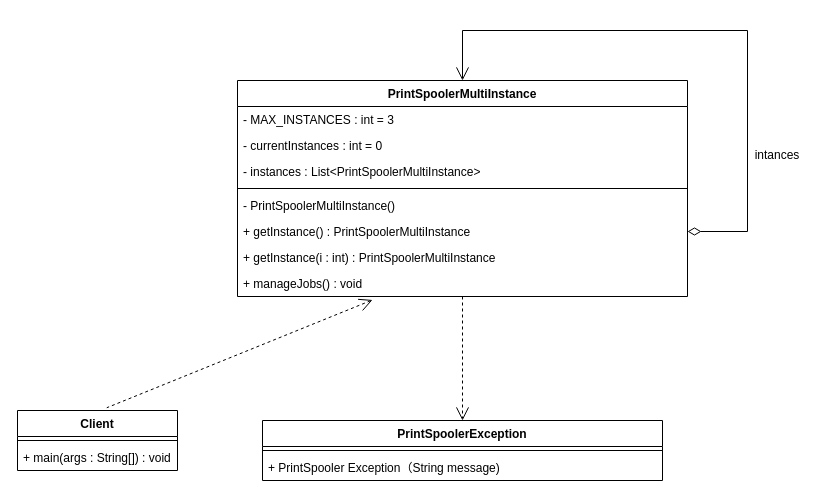
Above: 懒汉打印机.drawio in MyBozai/Java (draw.io), before the change. Source tidied: cells renumbered, new cells numbered last; positions are measured from the earlier drawing's top-left corner, leaving out a move shared by most shapes. Both pictures are drawn from the tidied source at 100%, with x=0, y=0 at pixel (17, 30).
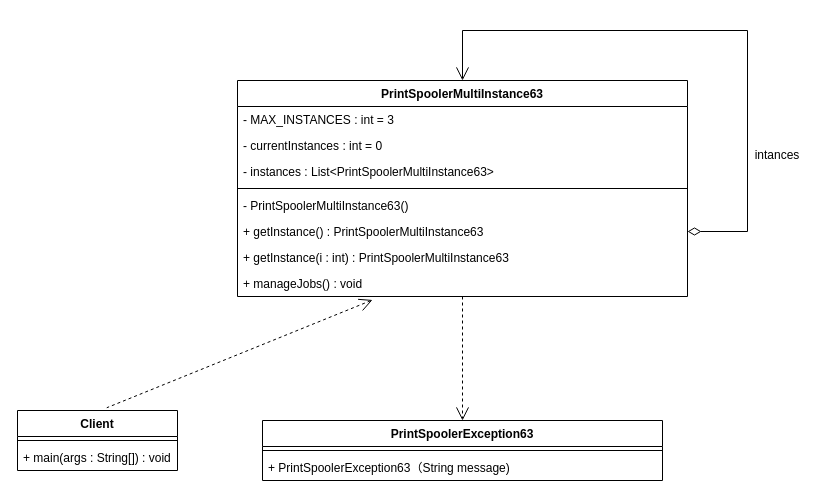
The same diagram, later.

Commit message (it also covers changes not shown here):
更新懒汉打印机.drawio

Diff of the diagram source:
```diff
@@
-    <mxCell id="3" value="PrintSpoolerMultiInstance" style="swimlane;fontStyle=1;align=center;verticalAlign=top;horizontal=1;startSize=26;whiteSpace=wrap;html=1;" parent="1" vertex="1">
+    <mxCell id="3" value="PrintSpoolerMultiInstance63" style="swimlane;fontStyle=1;align=center;verticalAlign=top;horizontal=1;startSize=26;whiteSpace=wrap;html=1;" parent="1" vertex="1">
       <mxGeometry x="220" y="50" width="450" height="216" as="geometry" />
     </mxCell>
@@
-    <mxCell id="6" value="&lt;font style=&quot;font-size: 12px;&quot;&gt;- instances :&amp;nbsp;List&lt;span style=&quot;background-color: rgb(255, 255, 255);&quot;&gt;&amp;lt;&lt;/span&gt;&lt;span style=&quot;background-color: rgb(255, 255, 255);&quot;&gt;PrintSpoolerMultiInstance&lt;/span&gt;&lt;span style=&quot;background-color: rgb(255, 255, 255);&quot;&gt;&amp;gt;&lt;/span&gt;&lt;/font&gt;" style="text;strokeColor=none;fillColor=none;align=left;verticalAlign=top;spacingLeft=4;spacingRight=4;overflow=hidden;whiteSpace=wrap;html=1;" parent="3" vertex="1">
+    <mxCell id="6" value="&lt;font style=&quot;font-size: 12px;&quot;&gt;- instances :&amp;nbsp;List&lt;span style=&quot;background-color: rgb(255, 255, 255);&quot;&gt;&amp;lt;&lt;/span&gt;&lt;span style=&quot;background-color: rgb(255, 255, 255);&quot;&gt;PrintSpoolerMultiInstance63&lt;/span&gt;&lt;span style=&quot;background-color: rgb(255, 255, 255);&quot;&gt;&amp;gt;&lt;/span&gt;&lt;/font&gt;" style="text;strokeColor=none;fillColor=none;align=left;verticalAlign=top;spacingLeft=4;spacingRight=4;overflow=hidden;whiteSpace=wrap;html=1;" parent="3" vertex="1">
       <mxGeometry y="78" width="450" height="26" as="geometry" />
     </mxCell>
@@
-    <mxCell id="8" value="-&amp;nbsp;PrintSpoolerMultiInstance()" style="text;strokeColor=none;fillColor=none;align=left;verticalAlign=top;spacingLeft=4;spacingRight=4;overflow=hidden;whiteSpace=wrap;html=1;" parent="3" vertex="1">
+    <mxCell id="8" value="-&amp;nbsp;PrintSpoolerMultiInstance63()" style="text;strokeColor=none;fillColor=none;align=left;verticalAlign=top;spacingLeft=4;spacingRight=4;overflow=hidden;whiteSpace=wrap;html=1;" parent="3" vertex="1">
       <mxGeometry y="112" width="450" height="26" as="geometry" />
     </mxCell>
-    <mxCell id="9" value="+ getInstance() :&amp;nbsp;PrintSpoolerMultiInstance" style="text;strokeColor=none;fillColor=none;align=left;verticalAlign=top;spacingLeft=4;spacingRight=4;overflow=hidden;points=[[0,0.5],[1,0.5]];portConstraint=eastwest;whiteSpace=wrap;html=1;" parent="3" vertex="1">
+    <mxCell id="9" value="+ getInstance() :&amp;nbsp;PrintSpoolerMultiInstance63" style="text;strokeColor=none;fillColor=none;align=left;verticalAlign=top;spacingLeft=4;spacingRight=4;overflow=hidden;points=[[0,0.5],[1,0.5]];portConstraint=eastwest;whiteSpace=wrap;html=1;" parent="3" vertex="1">
       <mxGeometry y="138" width="450" height="26" as="geometry" />
     </mxCell>
-    <mxCell id="10" value="+ getInstance(i : int) :&amp;nbsp;PrintSpoolerMultiInstance" style="text;strokeColor=none;fillColor=none;align=left;verticalAlign=top;spacingLeft=4;spacingRight=4;overflow=hidden;whiteSpace=wrap;html=1;" parent="3" vertex="1">
+    <mxCell id="10" value="+ getInstance(i : int) :&amp;nbsp;PrintSpoolerMultiInstance63" style="text;strokeColor=none;fillColor=none;align=left;verticalAlign=top;spacingLeft=4;spacingRight=4;overflow=hidden;whiteSpace=wrap;html=1;" parent="3" vertex="1">
       <mxGeometry y="164" width="450" height="26" as="geometry" />
     </mxCell>
@@
-    <mxCell id="16" value="PrintSpoolerException" style="swimlane;fontStyle=1;align=center;verticalAlign=top;horizontal=1;startSize=26;whiteSpace=wrap;html=1;" parent="1" vertex="1">
+    <mxCell id="16" value="PrintSpoolerException63" style="swimlane;fontStyle=1;align=center;verticalAlign=top;horizontal=1;startSize=26;whiteSpace=wrap;html=1;" parent="1" vertex="1">
       <mxGeometry x="245" y="390" width="400" height="60" as="geometry" />
     </mxCell>
@@
-    <mxCell id="18" value="+ PrintSpooler Exception（String message)" style="text;strokeColor=none;fillColor=none;align=left;verticalAlign=top;spacingLeft=4;spacingRight=4;overflow=hidden;whiteSpace=wrap;html=1;" parent="16" vertex="1">
+    <mxCell id="18" value="+ PrintSpoolerException63（String message)" style="text;strokeColor=none;fillColor=none;align=left;verticalAlign=top;spacingLeft=4;spacingRight=4;overflow=hidden;whiteSpace=wrap;html=1;" parent="16" vertex="1">
       <mxGeometry y="34" width="400" height="26" as="geometry" />
     </mxCell>
```
